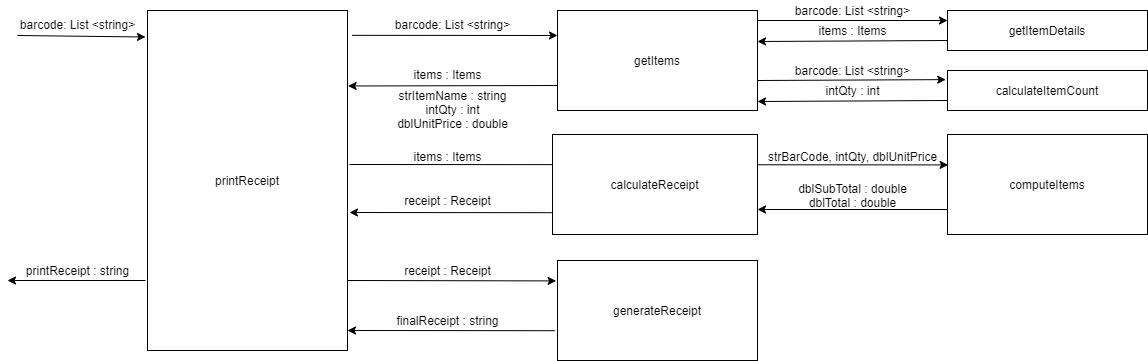
The draw.io diagram contextMap_pos.png in pagadjo/pos-machine-practice-2020-10-11-13-53-6-305, before a commit. Source tidied: cells renumbered, new cells last; positions are measured from the earlier drawing's top-left corner, leaving out a move shared by most shapes. Source of this version:
```xml
<mxGraphModel>
  <root>
    <mxCell id="0" />
    <mxCell id="1" parent="0" />
    <mxCell id="2" value="printReceipt" style="rounded=0;whiteSpace=wrap;html=1;" parent="1" vertex="1">
      <mxGeometry x="140" y="10" width="200" height="340" as="geometry" />
    </mxCell>
    <mxCell id="3" style="endArrow=classic;html=1;entryX=-0.01;entryY=0.078;entryDx=0;entryDy=0;entryPerimeter=0;" parent="1" edge="1" target="2">
      <mxGeometry relative="1" as="geometry">
        <mxPoint x="10" y="35" as="sourcePoint" />
      </mxGeometry>
    </mxCell>
    <mxCell id="4" style="endArrow=classic;html=1;" parent="1" edge="1">
      <mxGeometry relative="1" as="geometry">
        <mxPoint x="138" y="280" as="sourcePoint" />
        <mxPoint y="280" as="targetPoint" />
      </mxGeometry>
    </mxCell>
    <mxCell id="5" value="barcode: List &amp;lt;string&amp;gt;" style="text;html=1;align=center;verticalAlign=middle;" parent="1" vertex="1">
      <mxGeometry x="5" y="14" width="130" height="20" as="geometry" />
    </mxCell>
    <mxCell id="6" value="printReceipt : string" style="text;html=1;align=center;verticalAlign=middle;" parent="1" vertex="1">
      <mxGeometry x="10" y="260" width="120" height="20" as="geometry" />
    </mxCell>
    <mxCell id="7" value="getItems" style="rounded=0;whiteSpace=wrap;html=1;" parent="1" vertex="1">
      <mxGeometry x="550" y="10" width="200" height="100" as="geometry" />
    </mxCell>
    <mxCell id="8" style="endArrow=classic;html=1;entryX=0;entryY=0.25;entryDx=0;entryDy=0;exitX=1.023;exitY=0.073;exitDx=0;exitDy=0;exitPerimeter=0;" parent="1" edge="1" source="2" target="7">
      <mxGeometry relative="1" as="geometry" />
    </mxCell>
    <mxCell id="9" style="endArrow=classic;html=1;exitX=0;exitY=0.75;exitDx=0;exitDy=0;entryX=1.003;entryY=0.222;entryDx=0;entryDy=0;entryPerimeter=0;" parent="1" edge="1" source="7" target="2">
      <mxGeometry relative="1" as="geometry" />
    </mxCell>
    <mxCell id="10" value="items : Items" style="text;html=1;align=center;verticalAlign=middle;" parent="1" vertex="1">
      <mxGeometry x="400" y="64" width="80" height="20" as="geometry" />
    </mxCell>
    <mxCell id="11" value="strItemName : string&lt;br&gt;intQty : int&lt;br&gt;dblUnitPrice : double" style="text;html=1;align=center;verticalAlign=middle;" parent="1" vertex="1">
      <mxGeometry x="380" y="84" width="130" height="50" as="geometry" />
    </mxCell>
    <mxCell id="12" value="computeItems" style="rounded=0;whiteSpace=wrap;html=1;" parent="1" vertex="1">
      <mxGeometry x="940" y="134" width="200" height="100" as="geometry" />
    </mxCell>
    <mxCell id="13" value="strBarCode, intQty, dblUnitPrice" style="text;html=1;align=center;verticalAlign=middle;" parent="1" vertex="1">
      <mxGeometry x="755" y="146" width="180" height="20" as="geometry" />
    </mxCell>
    <mxCell id="14" value="dblSubTotal : double&lt;br&gt;dblTotal : double" style="text;html=1;align=center;verticalAlign=middle;" parent="1" vertex="1">
      <mxGeometry x="785" y="180" width="120" height="30" as="geometry" />
    </mxCell>
    <mxCell id="15" style="endArrow=classic;html=1;exitX=-0.004;exitY=0.782;exitDx=0;exitDy=0;exitPerimeter=0;" parent="1" edge="1" source="32">
      <mxGeometry relative="1" as="geometry">
        <mxPoint x="342" y="212" as="targetPoint" />
      </mxGeometry>
    </mxCell>
    <mxCell id="16" style="endArrow=classic;html=1;entryX=0.003;entryY=0.304;entryDx=0;entryDy=0;entryPerimeter=0;" parent="1" edge="1" target="12">
      <mxGeometry relative="1" as="geometry">
        <mxPoint x="342" y="164" as="sourcePoint" />
      </mxGeometry>
    </mxCell>
    <mxCell id="17" value="generateReceipt" style="rounded=0;whiteSpace=wrap;html=1;" parent="1" vertex="1">
      <mxGeometry x="550" y="260" width="200" height="100" as="geometry" />
    </mxCell>
    <mxCell id="18" value="getItemDetails" style="rounded=0;whiteSpace=wrap;html=1;" parent="1" vertex="1">
      <mxGeometry x="940" y="10" width="200" height="40" as="geometry" />
    </mxCell>
    <mxCell id="19" value="barcode: List &amp;lt;string&amp;gt;" style="text;html=1;align=center;verticalAlign=middle;" parent="1" vertex="1">
      <mxGeometry x="380" y="14" width="130" height="20" as="geometry" />
    </mxCell>
    <mxCell id="20" style="endArrow=classic;html=1;entryX=0;entryY=0.25;entryDx=0;entryDy=0;" parent="1" edge="1" target="18">
      <mxGeometry relative="1" as="geometry">
        <mxPoint x="750" y="20" as="sourcePoint" />
      </mxGeometry>
    </mxCell>
    <mxCell id="21" value="barcode: List &amp;lt;string&amp;gt;" style="text;html=1;align=center;verticalAlign=middle;" parent="1" vertex="1">
      <mxGeometry x="780" width="130" height="20" as="geometry" />
    </mxCell>
    <mxCell id="22" style="endArrow=classic;html=1;exitX=0;exitY=0.75;exitDx=0;exitDy=0;" parent="1" edge="1" source="18">
      <mxGeometry relative="1" as="geometry">
        <mxPoint x="750" y="41" as="targetPoint" />
      </mxGeometry>
    </mxCell>
    <mxCell id="23" value="calculateItemCount" style="rounded=0;whiteSpace=wrap;html=1;" parent="1" vertex="1">
      <mxGeometry x="940" y="70" width="200" height="40" as="geometry" />
    </mxCell>
    <mxCell id="24" value="intQty : int" style="text;html=1;align=center;verticalAlign=middle;" parent="1" vertex="1">
      <mxGeometry x="810" y="80" width="70" height="20" as="geometry" />
    </mxCell>
    <mxCell id="25" style="endArrow=classic;html=1;exitX=0;exitY=0.75;exitDx=0;exitDy=0;" parent="1" edge="1" source="23">
      <mxGeometry relative="1" as="geometry">
        <mxPoint x="750" y="101" as="targetPoint" />
      </mxGeometry>
    </mxCell>
    <mxCell id="26" value="barcode: List &amp;lt;string&amp;gt;" style="text;html=1;align=center;verticalAlign=middle;" parent="1" vertex="1">
      <mxGeometry x="780" y="60" width="130" height="20" as="geometry" />
    </mxCell>
    <mxCell id="27" style="endArrow=classic;html=1;entryX=-0.009;entryY=0.228;entryDx=0;entryDy=0;entryPerimeter=0;" parent="1" edge="1" target="23">
      <mxGeometry relative="1" as="geometry">
        <mxPoint x="750" y="80" as="sourcePoint" />
      </mxGeometry>
    </mxCell>
    <mxCell id="28" value="items : Items" style="text;html=1;align=center;verticalAlign=middle;" parent="1" vertex="1">
      <mxGeometry x="805" y="20" width="80" height="20" as="geometry" />
    </mxCell>
    <mxCell id="29" style="endArrow=classic;html=1;exitX=-0.004;exitY=0.782;exitDx=0;exitDy=0;exitPerimeter=0;" parent="1" edge="1">
      <mxGeometry relative="1" as="geometry">
        <mxPoint x="547.2" y="330.2" as="sourcePoint" />
        <mxPoint x="340" y="330" as="targetPoint" />
      </mxGeometry>
    </mxCell>
    <mxCell id="30" style="endArrow=classic;html=1;entryX=0.003;entryY=0.304;entryDx=0;entryDy=0;entryPerimeter=0;" parent="1" edge="1">
      <mxGeometry relative="1" as="geometry">
        <mxPoint x="340" y="280" as="sourcePoint" />
        <mxPoint x="548.6" y="280.4" as="targetPoint" />
      </mxGeometry>
    </mxCell>
    <mxCell id="31" value="finalReceipt : string" style="text;html=1;align=center;verticalAlign=middle;" parent="1" vertex="1">
      <mxGeometry x="380" y="310" width="120" height="20" as="geometry" />
    </mxCell>
    <mxCell id="32" value="calculateReceipt" style="rounded=0;whiteSpace=wrap;html=1;" parent="1" vertex="1">
      <mxGeometry x="545" y="134" width="205" height="100" as="geometry" />
    </mxCell>
    <mxCell id="33" style="endArrow=classic;html=1;exitX=0;exitY=0.75;exitDx=0;exitDy=0;" parent="1" edge="1" source="12">
      <mxGeometry relative="1" as="geometry">
        <mxPoint x="750" y="209" as="targetPoint" />
      </mxGeometry>
    </mxCell>
    <mxCell id="34" value="items : Items" style="text;html=1;align=center;verticalAlign=middle;" parent="1" vertex="1">
      <mxGeometry x="400" y="146" width="80" height="20" as="geometry" />
    </mxCell>
    <mxCell id="35" value="receipt : Receipt" style="text;html=1;align=center;verticalAlign=middle;" parent="1" vertex="1">
      <mxGeometry x="390" y="190" width="100" height="20" as="geometry" />
    </mxCell>
    <mxCell id="36" value="receipt : Receipt" style="text;html=1;align=center;verticalAlign=middle;" parent="1" vertex="1">
      <mxGeometry x="390" y="260" width="100" height="20" as="geometry" />
    </mxCell>
  </root>
</mxGraphModel>
```
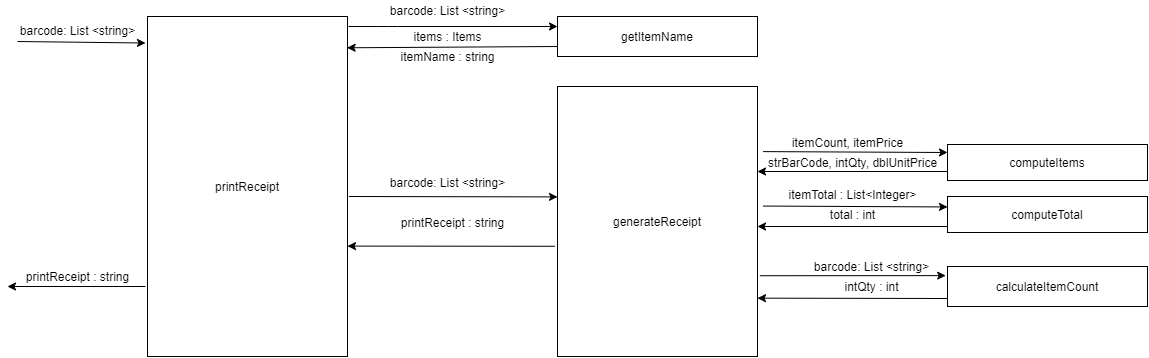
The same file after the commit.

Change to the diagram source:
```diff
@@ -22,115 +22,110 @@
     <mxCell id="6" value="printReceipt : string" style="text;html=1;align=center;verticalAlign=middle;" parent="1" vertex="1">
       <mxGeometry x="10" y="260" width="120" height="20" as="geometry" />
     </mxCell>
-    <mxCell id="7" value="getItems" style="rounded=0;whiteSpace=wrap;html=1;" parent="1" vertex="1">
-      <mxGeometry x="550" y="10" width="200" height="100" as="geometry" />
-    </mxCell>
-    <mxCell id="8" style="endArrow=classic;html=1;entryX=0;entryY=0.25;entryDx=0;entryDy=0;exitX=1.023;exitY=0.073;exitDx=0;exitDy=0;exitPerimeter=0;" parent="1" edge="1" source="2" target="7">
-      <mxGeometry relative="1" as="geometry" />
+    <mxCell id="8" style="endArrow=classic;html=1;entryX=0;entryY=0.25;entryDx=0;entryDy=0;" parent="1" edge="1" target="18">
+      <mxGeometry relative="1" as="geometry">
+        <mxPoint x="341" y="20" as="sourcePoint" />
+        <Array as="points">
+          <mxPoint x="380" y="20" />
+        </Array>
+      </mxGeometry>
     </mxCell>
-    <mxCell id="9" style="endArrow=classic;html=1;exitX=0;exitY=0.75;exitDx=0;exitDy=0;entryX=1.003;entryY=0.222;entryDx=0;entryDy=0;entryPerimeter=0;" parent="1" edge="1" source="7" target="2">
-      <mxGeometry relative="1" as="geometry" />
-    </mxCell>
-    <mxCell id="10" value="items : Items" style="text;html=1;align=center;verticalAlign=middle;" parent="1" vertex="1">
-      <mxGeometry x="400" y="64" width="80" height="20" as="geometry" />
-    </mxCell>
-    <mxCell id="11" value="strItemName : string&lt;br&gt;intQty : int&lt;br&gt;dblUnitPrice : double" style="text;html=1;align=center;verticalAlign=middle;" parent="1" vertex="1">
-      <mxGeometry x="380" y="84" width="130" height="50" as="geometry" />
-    </mxCell>
     <mxCell id="12" value="computeItems" style="rounded=0;whiteSpace=wrap;html=1;" parent="1" vertex="1">
-      <mxGeometry x="940" y="134" width="200" height="100" as="geometry" />
+      <mxGeometry x="940" y="138" width="200" height="36" as="geometry" />
     </mxCell>
     <mxCell id="13" value="strBarCode, intQty, dblUnitPrice" style="text;html=1;align=center;verticalAlign=middle;" parent="1" vertex="1">
       <mxGeometry x="755" y="146" width="180" height="20" as="geometry" />
     </mxCell>
-    <mxCell id="14" value="dblSubTotal : double&lt;br&gt;dblTotal : double" style="text;html=1;align=center;verticalAlign=middle;" parent="1" vertex="1">
-      <mxGeometry x="785" y="180" width="120" height="30" as="geometry" />
-    </mxCell>
-    <mxCell id="15" style="endArrow=classic;html=1;exitX=-0.004;exitY=0.782;exitDx=0;exitDy=0;exitPerimeter=0;" parent="1" edge="1" source="32">
-      <mxGeometry relative="1" as="geometry">
-        <mxPoint x="342" y="212" as="targetPoint" />
-      </mxGeometry>
-    </mxCell>
-    <mxCell id="16" style="endArrow=classic;html=1;entryX=0.003;entryY=0.304;entryDx=0;entryDy=0;entryPerimeter=0;" parent="1" edge="1" target="12">
-      <mxGeometry relative="1" as="geometry">
-        <mxPoint x="342" y="164" as="sourcePoint" />
-      </mxGeometry>
-    </mxCell>
     <mxCell id="17" value="generateReceipt" style="rounded=0;whiteSpace=wrap;html=1;" parent="1" vertex="1">
-      <mxGeometry x="550" y="260" width="200" height="100" as="geometry" />
+      <mxGeometry x="550" y="80" width="200" height="270" as="geometry" />
     </mxCell>
-    <mxCell id="18" value="getItemDetails" style="rounded=0;whiteSpace=wrap;html=1;" parent="1" vertex="1">
-      <mxGeometry x="940" y="10" width="200" height="40" as="geometry" />
+    <mxCell id="18" value="getItemName" style="rounded=0;whiteSpace=wrap;html=1;" parent="1" vertex="1">
+      <mxGeometry x="550" y="10" width="200" height="40" as="geometry" />
     </mxCell>
     <mxCell id="19" value="barcode: List &amp;lt;string&amp;gt;" style="text;html=1;align=center;verticalAlign=middle;" parent="1" vertex="1">
-      <mxGeometry x="380" y="14" width="130" height="20" as="geometry" />
+      <mxGeometry x="375" y="-6" width="130" height="20" as="geometry" />
     </mxCell>
-    <mxCell id="20" style="endArrow=classic;html=1;entryX=0;entryY=0.25;entryDx=0;entryDy=0;" parent="1" edge="1" target="18">
-      <mxGeometry relative="1" as="geometry">
-        <mxPoint x="750" y="20" as="sourcePoint" />
-      </mxGeometry>
-    </mxCell>
-    <mxCell id="21" value="barcode: List &amp;lt;string&amp;gt;" style="text;html=1;align=center;verticalAlign=middle;" parent="1" vertex="1">
-      <mxGeometry x="780" width="130" height="20" as="geometry" />
-    </mxCell>
-    <mxCell id="22" style="endArrow=classic;html=1;exitX=0;exitY=0.75;exitDx=0;exitDy=0;" parent="1" edge="1" source="18">
-      <mxGeometry relative="1" as="geometry">
-        <mxPoint x="750" y="41" as="targetPoint" />
-      </mxGeometry>
+    <mxCell id="22" style="endArrow=classic;html=1;exitX=0;exitY=0.75;exitDx=0;exitDy=0;entryX=0.998;entryY=0.092;entryDx=0;entryDy=0;entryPerimeter=0;" parent="1" edge="1" source="18" target="2">
+      <mxGeometry relative="1" as="geometry" />
     </mxCell>
     <mxCell id="23" value="calculateItemCount" style="rounded=0;whiteSpace=wrap;html=1;" parent="1" vertex="1">
-      <mxGeometry x="940" y="70" width="200" height="40" as="geometry" />
+      <mxGeometry x="940" y="260" width="200" height="40" as="geometry" />
     </mxCell>
     <mxCell id="24" value="intQty : int" style="text;html=1;align=center;verticalAlign=middle;" parent="1" vertex="1">
-      <mxGeometry x="810" y="80" width="70" height="20" as="geometry" />
+      <mxGeometry x="828.6" y="270" width="70" height="20" as="geometry" />
     </mxCell>
-    <mxCell id="25" style="endArrow=classic;html=1;exitX=0;exitY=0.75;exitDx=0;exitDy=0;" parent="1" edge="1" source="23">
+    <mxCell id="25" style="endArrow=classic;html=1;entryX=1.007;entryY=0.299;entryDx=0;entryDy=0;entryPerimeter=0;" parent="1" edge="1">
       <mxGeometry relative="1" as="geometry">
-        <mxPoint x="750" y="101" as="targetPoint" />
+        <mxPoint x="940" y="292" as="sourcePoint" />
+        <mxPoint x="750" y="291.7" as="targetPoint" />
       </mxGeometry>
     </mxCell>
     <mxCell id="26" value="barcode: List &amp;lt;string&amp;gt;" style="text;html=1;align=center;verticalAlign=middle;" parent="1" vertex="1">
-      <mxGeometry x="780" y="60" width="130" height="20" as="geometry" />
+      <mxGeometry x="798.6" y="250" width="130" height="20" as="geometry" />
     </mxCell>
-    <mxCell id="27" style="endArrow=classic;html=1;entryX=-0.009;entryY=0.228;entryDx=0;entryDy=0;entryPerimeter=0;" parent="1" edge="1" target="23">
+    <mxCell id="27" style="endArrow=classic;html=1;entryX=-0.009;entryY=0.228;entryDx=0;entryDy=0;entryPerimeter=0;exitX=1.019;exitY=0.233;exitDx=0;exitDy=0;exitPerimeter=0;" parent="1" edge="1" target="23">
       <mxGeometry relative="1" as="geometry">
-        <mxPoint x="750" y="80" as="sourcePoint" />
+        <mxPoint x="752.4" y="269.2" as="sourcePoint" />
       </mxGeometry>
     </mxCell>
     <mxCell id="28" value="items : Items" style="text;html=1;align=center;verticalAlign=middle;" parent="1" vertex="1">
-      <mxGeometry x="805" y="20" width="80" height="20" as="geometry" />
+      <mxGeometry x="400" y="20" width="80" height="20" as="geometry" />
     </mxCell>
     <mxCell id="29" style="endArrow=classic;html=1;exitX=-0.004;exitY=0.782;exitDx=0;exitDy=0;exitPerimeter=0;" parent="1" edge="1">
       <mxGeometry relative="1" as="geometry">
-        <mxPoint x="547.2" y="330.2" as="sourcePoint" />
-        <mxPoint x="340" y="330" as="targetPoint" />
+        <mxPoint x="547.2" y="239.8" as="sourcePoint" />
+        <mxPoint x="340" y="239.6" as="targetPoint" />
       </mxGeometry>
     </mxCell>
     <mxCell id="30" style="endArrow=classic;html=1;entryX=0.003;entryY=0.304;entryDx=0;entryDy=0;entryPerimeter=0;" parent="1" edge="1">
       <mxGeometry relative="1" as="geometry">
-        <mxPoint x="340" y="280" as="sourcePoint" />
-        <mxPoint x="548.6" y="280.4" as="targetPoint" />
+        <mxPoint x="341.4" y="190" as="sourcePoint" />
+        <mxPoint x="550" y="190.4" as="targetPoint" />
       </mxGeometry>
     </mxCell>
-    <mxCell id="31" value="finalReceipt : string" style="text;html=1;align=center;verticalAlign=middle;" parent="1" vertex="1">
-      <mxGeometry x="380" y="310" width="120" height="20" as="geometry" />
+    <mxCell id="31" value="printReceipt : string" style="text;html=1;align=center;verticalAlign=middle;" parent="1" vertex="1">
+      <mxGeometry x="385" y="206" width="120" height="20" as="geometry" />
     </mxCell>
-    <mxCell id="32" value="calculateReceipt" style="rounded=0;whiteSpace=wrap;html=1;" parent="1" vertex="1">
-      <mxGeometry x="545" y="134" width="205" height="100" as="geometry" />
-    </mxCell>
     <mxCell id="33" style="endArrow=classic;html=1;exitX=0;exitY=0.75;exitDx=0;exitDy=0;" parent="1" edge="1" source="12">
       <mxGeometry relative="1" as="geometry">
-        <mxPoint x="750" y="209" as="targetPoint" />
+        <mxPoint x="750" y="165" as="targetPoint" />
       </mxGeometry>
     </mxCell>
-    <mxCell id="34" value="items : Items" style="text;html=1;align=center;verticalAlign=middle;" parent="1" vertex="1">
-      <mxGeometry x="400" y="146" width="80" height="20" as="geometry" />
-    </mxCell>
-    <mxCell id="35" value="receipt : Receipt" style="text;html=1;align=center;verticalAlign=middle;" parent="1" vertex="1">
-      <mxGeometry x="390" y="190" width="100" height="20" as="geometry" />
-    </mxCell>
-    <mxCell id="36" value="receipt : Receipt" style="text;html=1;align=center;verticalAlign=middle;" parent="1" vertex="1">
-      <mxGeometry x="390" y="260" width="100" height="20" as="geometry" />
-    </mxCell>
+    <mxCell id="37" style="endArrow=classic;html=1;exitX=1.003;exitY=0.111;exitDx=0;exitDy=0;exitPerimeter=0;" parent="1" edge="1">
+      <mxGeometry relative="1" as="geometry">
+        <mxPoint x="755.6" y="145.1" as="sourcePoint" />
+        <mxPoint x="940" y="146" as="targetPoint" />
+      </mxGeometry>
+    </mxCell>
+    <mxCell id="38" value="computeTotal" style="rounded=0;whiteSpace=wrap;html=1;" parent="1" vertex="1">
+      <mxGeometry x="940" y="190" width="200" height="36" as="geometry" />
+    </mxCell>
+    <mxCell id="39" value="itemName : string" style="text;html=1;align=center;verticalAlign=middle;" parent="1" vertex="1">
+      <mxGeometry x="385" y="40" width="110" height="20" as="geometry" />
+    </mxCell>
+    <mxCell id="40" value="itemCount, itemPrice" style="text;html=1;align=center;verticalAlign=middle;" parent="1" vertex="1">
+      <mxGeometry x="775" y="126" width="130" height="20" as="geometry" />
+    </mxCell>
+    <mxCell id="41" style="endArrow=classic;html=1;" parent="1" edge="1">
+      <mxGeometry relative="1" as="geometry">
+        <mxPoint x="940" y="220" as="sourcePoint" />
+        <mxPoint x="750" y="220" as="targetPoint" />
+      </mxGeometry>
+    </mxCell>
+    <mxCell id="42" style="endArrow=classic;html=1;exitX=1.003;exitY=0.111;exitDx=0;exitDy=0;exitPerimeter=0;" parent="1" edge="1">
+      <mxGeometry relative="1" as="geometry">
+        <mxPoint x="755.6" y="199.5" as="sourcePoint" />
+        <mxPoint x="940" y="200.5" as="targetPoint" />
+      </mxGeometry>
+    </mxCell>
+    <mxCell id="43" value="total : int" style="text;html=1;align=center;verticalAlign=middle;" parent="1" vertex="1">
+      <mxGeometry x="815" y="198" width="60" height="20" as="geometry" />
+    </mxCell>
+    <mxCell id="44" value="itemTotal : List&amp;lt;Integer&amp;gt;" style="text;html=1;align=center;verticalAlign=middle;" parent="1" vertex="1">
+      <mxGeometry x="775" y="178" width="140" height="20" as="geometry" />
+    </mxCell>
+    <mxCell id="21" value="barcode: List &amp;lt;string&amp;gt;" style="text;html=1;align=center;verticalAlign=middle;" parent="1" vertex="1">
+      <mxGeometry x="375" y="166" width="130" height="20" as="geometry" />
+    </mxCell>
   </root>
 </mxGraphModel>
```
